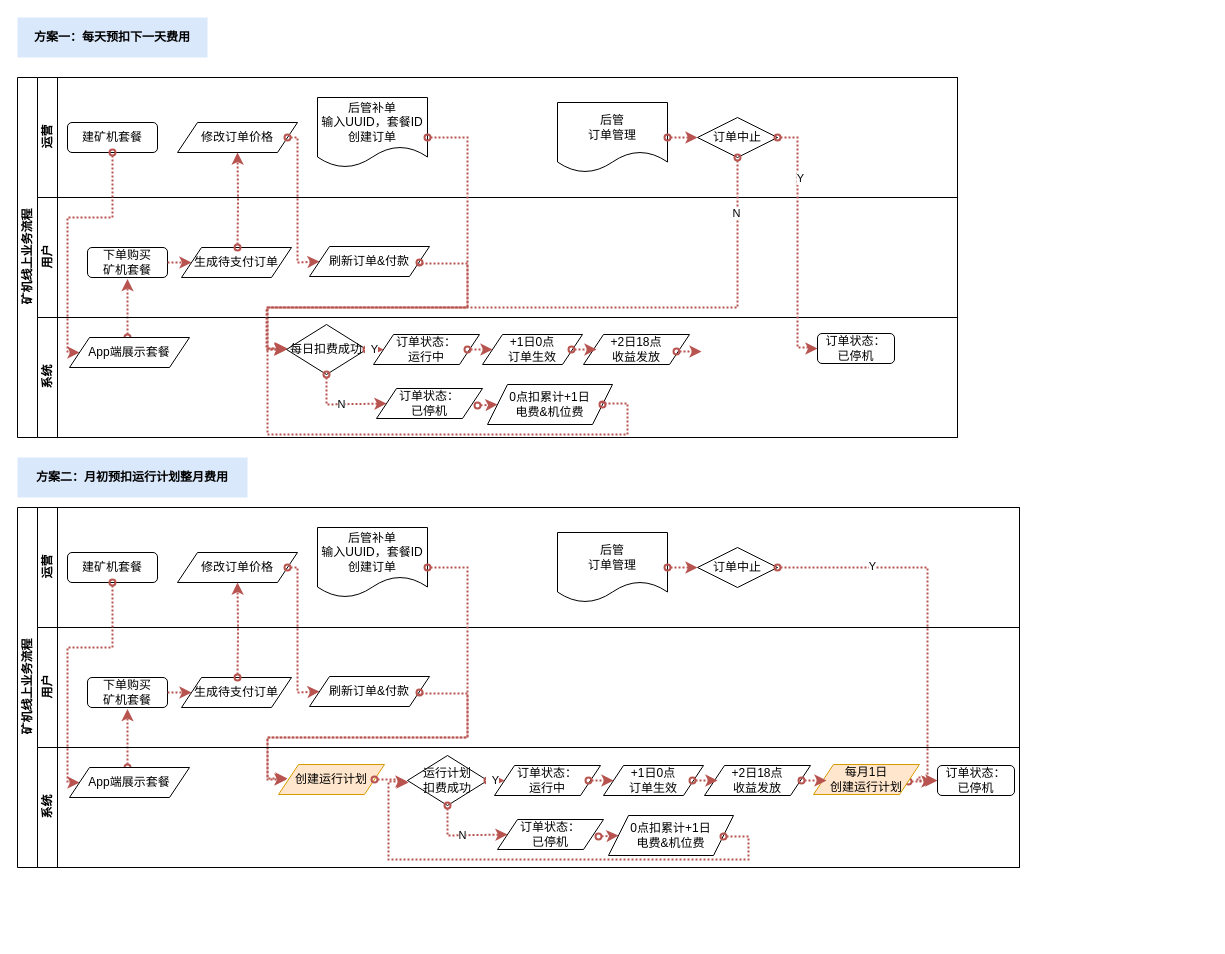
Earlier version of the draw.io diagram _config.yml/未命名绘图.drawio (neobud/jekyll_demo). Source tidied: cells renumbered, new cells numbered last; positions are measured from the earlier drawing's top-left corner, leaving out a move shared by most shapes. Both pictures are drawn from the tidied source at 100%, with x=0, y=0 at pixel (17, 17).
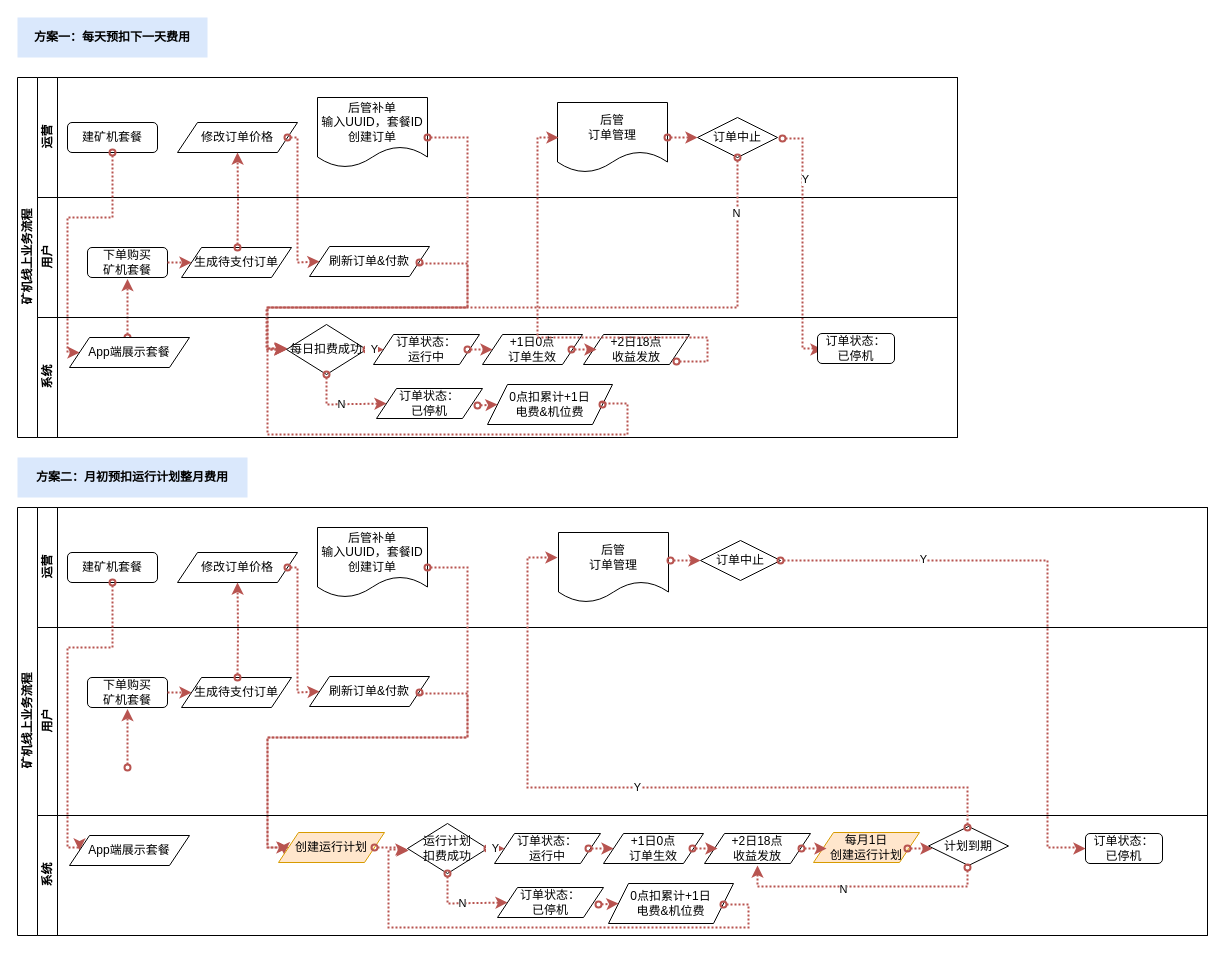
The same page after the edit.

Commit message:
矿机业务流程

Unchanged cells that the change refers to:
```xml
<mxCell id="2" value="矿机线上业务流程" style="swimlane;html=1;horizontal=0;startSize=20;" parent="1" vertex="1">
  <mxGeometry y="60" width="940" height="360" as="geometry" />
</mxCell>
<mxCell id="8" value="订单中止" style="rhombus;whiteSpace=wrap;html=1;" parent="3" vertex="1">
  <mxGeometry x="660" y="40" width="80" height="40" as="geometry" />
</mxCell>
<mxCell id="10" value="用户" style="swimlane;html=1;startSize=20;horizontal=0;" parent="2" vertex="1">
  <mxGeometry x="20" y="120" width="920" height="120" as="geometry" />
</mxCell>
<mxCell id="29" value="订单状态：&lt;br style=&quot;--tw-border-spacing-x: 0; --tw-border-spacing-y: 0; --tw-translate-x: 0; --tw-translate-y: 0; --tw-rotate: 0; --tw-skew-x: 0; --tw-skew-y: 0; --tw-scale-x: 1; --tw-scale-y: 1; --tw-pan-x: ; --tw-pan-y: ; --tw-pinch-zoom: ; --tw-scroll-snap-strictness: proximity; --tw-gradient-from-position: ; --tw-gradient-via-position: ; --tw-gradient-to-position: ; --tw-ordinal: ; --tw-slashed-zero: ; --tw-numeric-figure: ; --tw-numeric-spacing: ; --tw-numeric-fraction: ; --tw-ring-inset: ; --tw-ring-offset-width: 0px; --tw-ring-offset-color: #fff; --tw-ring-color: rgb(59 130 246 / .5); --tw-ring-offset-shadow: 0 0 #0000; --tw-ring-shadow: 0 0 #0000; --tw-shadow: 0 0 #0000; --tw-shadow-colored: 0 0 #0000; --tw-blur: ; --tw-brightness: ; --tw-contrast: ; --tw-grayscale: ; --tw-hue-rotate: ; --tw-invert: ; --tw-saturate: ; --tw-sepia: ; --tw-drop-shadow: ; --tw-backdrop-blur: ; --tw-backdrop-brightness: ; --tw-backdrop-contrast: ; --tw-backdrop-grayscale: ; --tw-backdrop-hue-rotate: ; --tw-backdrop-invert: ; --tw-backdrop-opacity: ; --tw-backdrop-saturate: ; --tw-backdrop-sepia: ; border-color: var(--border-color);&quot;&gt;已停机" style="rounded=1;whiteSpace=wrap;html=1;" parent="19" vertex="1">
  <mxGeometry x="780" y="16" width="77" height="30" as="geometry" />
</mxCell>
<mxCell id="44" value="建矿机套餐" style="rounded=1;whiteSpace=wrap;html=1;" parent="43" vertex="1">
  <mxGeometry x="30" y="45" width="90" height="30" as="geometry" />
</mxCell>
<mxCell id="45" value="修改订单价格" style="shape=parallelogram;perimeter=parallelogramPerimeter;whiteSpace=wrap;html=1;fixedSize=1;" parent="43" vertex="1">
  <mxGeometry x="140" y="45" width="120" height="30" as="geometry" />
</mxCell>
<mxCell id="60" value="App端展示套餐" style="shape=parallelogram;perimeter=parallelogramPerimeter;whiteSpace=wrap;html=1;fixedSize=1;" parent="59" vertex="1">
  <mxGeometry x="32" y="20" width="120" height="30" as="geometry" />
</mxCell>
<mxCell id="76" value="创建运行计划" style="shape=parallelogram;perimeter=parallelogramPerimeter;whiteSpace=wrap;html=1;fixedSize=1;fillColor=#ffe6cc;strokeColor=#d79b00;" parent="59" vertex="1">
  <mxGeometry x="241" y="17" width="106" height="30" as="geometry" />
</mxCell>
```

Diff of the diagram source:
```diff
@@
+    <mxCell id="34" style="edgeStyle=orthogonalEdgeStyle;rounded=0;orthogonalLoop=1;jettySize=auto;html=1;strokeWidth=2;fillColor=#f8cecc;strokeColor=#b85450;dashed=1;dashPattern=1 1;startArrow=oval;startFill=0;exitX=1;exitY=0.5;exitDx=0;exitDy=0;entryX=0;entryY=0.5;entryDx=0;entryDy=0;" parent="10" edge="1">
+      <mxGeometry relative="1" as="geometry">
+        <mxPoint x="745" y="-59" as="sourcePoint" />
+        <mxPoint x="785" y="152" as="targetPoint" />
+        <Array as="points">
+          <mxPoint x="765" y="-59" />
+          <mxPoint x="765" y="151" />
+          <mxPoint x="775" y="151" />
+          <mxPoint x="775" y="152" />
+        </Array>
+      </mxGeometry>
+    </mxCell>
+    <mxCell id="35" value="Y" style="edgeLabel;html=1;align=center;verticalAlign=middle;" parent="34" vertex="1">
+      <mxGeometry x="-0.52" y="2" relative="1" as="geometry" />
+    </mxCell>
@@
-    <mxCell id="34" style="edgeStyle=orthogonalEdgeStyle;rounded=0;jettySize=auto;html=1;strokeWidth=2;fillColor=#f8cecc;strokeColor=#b85450;dashed=1;dashPattern=1 1;startArrow=oval;startFill=0;exitX=1;exitY=0.5;exitDx=0;exitDy=0;entryX=0;entryY=0.5;entryDx=0;entryDy=0;" parent="2" edge="1" source="8" target="29">
-      <mxGeometry relative="1" as="geometry">
-        <Array as="points">
-          <mxPoint x="780" y="60" />
-          <mxPoint x="780" y="270" />
-          <mxPoint x="790" y="270" />
-          <mxPoint x="790" y="271" />
-        </Array>
-      </mxGeometry>
-    </mxCell>
-    <mxCell id="35" value="Y" style="edgeLabel;html=1;align=center;verticalAlign=middle;" parent="34" vertex="1">
-      <mxGeometry x="-0.52" y="2" relative="1" as="geometry" />
-    </mxCell>
@@
-    <mxCell id="39" style="edgeStyle=orthogonalEdgeStyle;rounded=0;orthogonalLoop=1;jettySize=auto;html=1;strokeWidth=2;fillColor=#f8cecc;strokeColor=#b85450;dashed=1;dashPattern=1 1;startArrow=oval;startFill=0;entryX=0;entryY=0.5;entryDx=0;entryDy=0;" parent="1" edge="1">
+    <mxCell id="39" style="edgeStyle=orthogonalEdgeStyle;rounded=0;orthogonalLoop=1;jettySize=auto;html=1;strokeWidth=2;fillColor=#f8cecc;strokeColor=#b85450;dashed=1;dashPattern=1 1;startArrow=oval;startFill=0;entryX=0.009;entryY=0.357;entryDx=0;entryDy=0;entryPerimeter=0;" parent="1" edge="1">
       <mxGeometry relative="1" as="geometry">
-        <mxPoint x="659" y="334" as="sourcePoint" />
-        <mxPoint x="684" y="334" as="targetPoint" />
+        <mxPoint x="659" y="344" as="sourcePoint" />
+        <mxPoint x="541" y="120" as="targetPoint" />
+        <Array as="points">
+          <mxPoint x="690" y="344" />
+          <mxPoint x="690" y="320" />
+          <mxPoint x="520" y="320" />
+          <mxPoint x="520" y="120" />
+        </Array>
       </mxGeometry>
     </mxCell>
@@
     <mxCell id="42" value="矿机线上业务流程" style="swimlane;html=1;horizontal=0;startSize=20;" parent="1" vertex="1">
-      <mxGeometry y="490" width="1002" height="360" as="geometry" />
+      <mxGeometry y="490" width="1190" height="428" as="geometry" />
     </mxCell>
     <mxCell id="43" value="运营" style="swimlane;html=1;startSize=20;horizontal=0;" parent="42" vertex="1">
-      <mxGeometry x="20" width="982" height="120" as="geometry" />
+      <mxGeometry x="20" width="1170" height="120" as="geometry" />
     </mxCell>
@@
     <mxCell id="48" value="订单中止" style="rhombus;whiteSpace=wrap;html=1;" parent="43" vertex="1">
-      <mxGeometry x="660" y="40" width="80" height="40" as="geometry" />
+      <mxGeometry x="663" y="33" width="80" height="40" as="geometry" />
     </mxCell>
     <mxCell id="49" value="后管&lt;br&gt;订单管理" style="shape=document;whiteSpace=wrap;html=1;boundedLbl=1;" parent="43" vertex="1">
-      <mxGeometry x="520" y="25" width="110" height="70" as="geometry" />
+      <mxGeometry x="521" y="25" width="110" height="70" as="geometry" />
     </mxCell>
+    <mxCell id="83" style="edgeStyle=orthogonalEdgeStyle;rounded=0;orthogonalLoop=1;jettySize=auto;html=1;strokeWidth=2;fillColor=#f8cecc;strokeColor=#b85450;dashed=1;dashPattern=1 1;entryX=0;entryY=0.5;entryDx=0;entryDy=0;startArrow=oval;startFill=0;" parent="43" edge="1">
+      <mxGeometry relative="1" as="geometry">
+        <mxPoint x="633" y="53" as="sourcePoint" />
+        <mxPoint x="663" y="53" as="targetPoint" />
+      </mxGeometry>
+    </mxCell>
     <mxCell id="50" value="用户" style="swimlane;html=1;startSize=20;horizontal=0;" parent="42" vertex="1">
-      <mxGeometry x="20" y="120" width="982" height="120" as="geometry" />
+      <mxGeometry x="20" y="120" width="1170" height="188" as="geometry" />
     </mxCell>
@@
-    <mxCell id="55" style="edgeStyle=orthogonalEdgeStyle;rounded=0;orthogonalLoop=1;jettySize=auto;html=1;strokeWidth=2;fillColor=#f8cecc;strokeColor=#b85450;dashed=1;dashPattern=1 1;startArrow=oval;startFill=0;entryX=0;entryY=0.5;entryDx=0;entryDy=0;" parent="42" edge="1">
+    <mxCell id="55" style="edgeStyle=orthogonalEdgeStyle;rounded=0;jettySize=auto;html=1;strokeWidth=2;fillColor=#f8cecc;strokeColor=#b85450;dashed=1;dashPattern=1 1;startArrow=oval;startFill=0;entryX=0;entryY=0.75;entryDx=0;entryDy=0;" parent="42" edge="1" target="76">
       <mxGeometry relative="1" as="geometry">
         <mxPoint x="410" y="60" as="sourcePoint" />
-        <mxPoint x="269" y="272" as="targetPoint" />
         <Array as="points">
           <mxPoint x="450" y="60" />
           <mxPoint x="450" y="230" />
           <mxPoint x="250" y="230" />
-          <mxPoint x="250" y="272" />
+          <mxPoint x="250" y="340" />
+          <mxPoint x="267" y="340" />
         </Array>
       </mxGeometry>
     </mxCell>
-    <mxCell id="56" style="edgeStyle=orthogonalEdgeStyle;rounded=0;orthogonalLoop=1;jettySize=auto;html=1;strokeWidth=2;fillColor=#f8cecc;strokeColor=#b85450;dashed=1;dashPattern=1 1;startArrow=oval;startFill=0;exitX=1;exitY=0.5;exitDx=0;exitDy=0;" parent="42" edge="1">
+    <mxCell id="56" style="edgeStyle=orthogonalEdgeStyle;rounded=0;jettySize=auto;html=1;strokeWidth=2;fillColor=#f8cecc;strokeColor=#b85450;dashed=1;dashPattern=1 1;startArrow=oval;startFill=0;exitX=1;exitY=0.5;exitDx=0;exitDy=0;entryX=0;entryY=0.5;entryDx=0;entryDy=0;" parent="42" edge="1" target="76">
       <mxGeometry relative="1" as="geometry">
         <mxPoint x="402" y="185" as="sourcePoint" />
-        <mxPoint x="270" y="271" as="targetPoint" />
         <Array as="points">
           <mxPoint x="402" y="186" />
           <mxPoint x="450" y="186" />
           <mxPoint x="450" y="230" />
           <mxPoint x="250" y="230" />
-          <mxPoint x="250" y="271" />
+          <mxPoint x="250" y="340" />
         </Array>
       </mxGeometry>
     </mxCell>
     <mxCell id="57" style="edgeStyle=orthogonalEdgeStyle;rounded=0;jettySize=auto;html=1;entryX=0;entryY=0.5;entryDx=0;entryDy=0;fillColor=#f8cecc;strokeColor=#b85450;strokeWidth=2;startArrow=oval;startFill=0;dashed=1;dashPattern=1 1;" parent="42" edge="1" source="44" target="60">
       <mxGeometry relative="1" as="geometry">
         <Array as="points">
           <mxPoint x="95" y="140" />
           <mxPoint x="50" y="140" />
-          <mxPoint x="50" y="275" />
+          <mxPoint x="50" y="340" />
+          <mxPoint x="62" y="340" />
         </Array>
       </mxGeometry>
     </mxCell>
@@
     <mxCell id="59" value="系统" style="swimlane;html=1;startSize=20;horizontal=0;" parent="42" vertex="1">
-      <mxGeometry x="20" y="240" width="982" height="120" as="geometry" />
+      <mxGeometry x="20" y="308" width="1170" height="120" as="geometry" />
     </mxCell>
@@
-    <mxCell id="69" value="订单状态：&lt;br style=&quot;--tw-border-spacing-x: 0; --tw-border-spacing-y: 0; --tw-translate-x: 0; --tw-translate-y: 0; --tw-rotate: 0; --tw-skew-x: 0; --tw-skew-y: 0; --tw-scale-x: 1; --tw-scale-y: 1; --tw-pan-x: ; --tw-pan-y: ; --tw-pinch-zoom: ; --tw-scroll-snap-strictness: proximity; --tw-gradient-from-position: ; --tw-gradient-via-position: ; --tw-gradient-to-position: ; --tw-ordinal: ; --tw-slashed-zero: ; --tw-numeric-figure: ; --tw-numeric-spacing: ; --tw-numeric-fraction: ; --tw-ring-inset: ; --tw-ring-offset-width: 0px; --tw-ring-offset-color: #fff; --tw-ring-color: rgb(59 130 246 / .5); --tw-ring-offset-shadow: 0 0 #0000; --tw-ring-shadow: 0 0 #0000; --tw-shadow: 0 0 #0000; --tw-shadow-colored: 0 0 #0000; --tw-blur: ; --tw-brightness: ; --tw-contrast: ; --tw-grayscale: ; --tw-hue-rotate: ; --tw-invert: ; --tw-saturate: ; --tw-sepia: ; --tw-drop-shadow: ; --tw-backdrop-blur: ; --tw-backdrop-brightness: ; --tw-backdrop-contrast: ; --tw-backdrop-grayscale: ; --tw-backdrop-hue-rotate: ; --tw-backdrop-invert: ; --tw-backdrop-opacity: ; --tw-backdrop-saturate: ; --tw-backdrop-sepia: ; border-color: var(--border-color);&quot;&gt;已停机" style="rounded=1;whiteSpace=wrap;html=1;" parent="59" vertex="1">
-      <mxGeometry x="900" y="18" width="77" height="30" as="geometry" />
-    </mxCell>
@@
-    <mxCell id="74" style="edgeStyle=orthogonalEdgeStyle;rounded=0;orthogonalLoop=1;jettySize=auto;html=1;strokeWidth=2;fillColor=#f8cecc;strokeColor=#b85450;dashed=1;dashPattern=1 1;startArrow=oval;startFill=0;entryX=0;entryY=0.5;entryDx=0;entryDy=0;" parent="59" edge="1">
-      <mxGeometry relative="1" as="geometry">
-        <mxPoint x="871" y="34" as="sourcePoint" />
-        <mxPoint x="896" y="34" as="targetPoint" />
-      </mxGeometry>
-    </mxCell>
@@
+    <mxCell id="86" value="计划到期" style="rhombus;whiteSpace=wrap;html=1;" parent="59" vertex="1">
+      <mxGeometry x="891" y="11" width="80" height="39" as="geometry" />
+    </mxCell>
+    <mxCell id="87" value="Y" style="edgeStyle=orthogonalEdgeStyle;rounded=0;jettySize=auto;html=1;strokeWidth=2;fillColor=#f8cecc;strokeColor=#b85450;dashed=1;dashPattern=1 1;startArrow=oval;startFill=0;exitX=0.488;exitY=0.026;exitDx=0;exitDy=0;entryX=-0.009;entryY=0.371;entryDx=0;entryDy=0;exitPerimeter=0;entryPerimeter=0;" parent="42" edge="1" source="86" target="49">
+      <mxGeometry relative="1" as="geometry">
+        <Array as="points">
+          <mxPoint x="950" y="280" />
+          <mxPoint x="510" y="280" />
+          <mxPoint x="510" y="50" />
+          <mxPoint x="540" y="50" />
+          <mxPoint x="540" y="51" />
+        </Array>
+      </mxGeometry>
+    </mxCell>
+    <mxCell id="82" style="edgeStyle=orthogonalEdgeStyle;rounded=0;jettySize=auto;html=1;strokeWidth=2;fillColor=#f8cecc;strokeColor=#b85450;dashed=1;dashPattern=1 1;entryX=0.5;entryY=1;entryDx=0;entryDy=0;startArrow=oval;startFill=0;" parent="1" edge="1" target="45">
+      <mxGeometry relative="1" as="geometry">
+        <mxPoint x="220" y="660" as="sourcePoint" />
+      </mxGeometry>
+    </mxCell>
+    <mxCell id="84" value="方案一：每天预扣下一天费用" style="rounded=0;whiteSpace=wrap;html=1;strokeColor=none;fillColor=#dae8fc;fontStyle=1;" parent="1" vertex="1">
+      <mxGeometry width="190" height="40" as="geometry" />
+    </mxCell>
+    <mxCell id="85" value="方案二：月初预扣运行计划整月费用" style="rounded=0;whiteSpace=wrap;html=1;strokeColor=none;fillColor=#dae8fc;fontStyle=1;" parent="1" vertex="1">
+      <mxGeometry y="440" width="230" height="40" as="geometry" />
+    </mxCell>
+    <mxCell id="69" value="订单状态：&lt;br style=&quot;--tw-border-spacing-x: 0; --tw-border-spacing-y: 0; --tw-translate-x: 0; --tw-translate-y: 0; --tw-rotate: 0; --tw-skew-x: 0; --tw-skew-y: 0; --tw-scale-x: 1; --tw-scale-y: 1; --tw-pan-x: ; --tw-pan-y: ; --tw-pinch-zoom: ; --tw-scroll-snap-strictness: proximity; --tw-gradient-from-position: ; --tw-gradient-via-position: ; --tw-gradient-to-position: ; --tw-ordinal: ; --tw-slashed-zero: ; --tw-numeric-figure: ; --tw-numeric-spacing: ; --tw-numeric-fraction: ; --tw-ring-inset: ; --tw-ring-offset-width: 0px; --tw-ring-offset-color: #fff; --tw-ring-color: rgb(59 130 246 / .5); --tw-ring-offset-shadow: 0 0 #0000; --tw-ring-shadow: 0 0 #0000; --tw-shadow: 0 0 #0000; --tw-shadow-colored: 0 0 #0000; --tw-blur: ; --tw-brightness: ; --tw-contrast: ; --tw-grayscale: ; --tw-hue-rotate: ; --tw-invert: ; --tw-saturate: ; --tw-sepia: ; --tw-drop-shadow: ; --tw-backdrop-blur: ; --tw-backdrop-brightness: ; --tw-backdrop-contrast: ; --tw-backdrop-grayscale: ; --tw-backdrop-hue-rotate: ; --tw-backdrop-invert: ; --tw-backdrop-opacity: ; --tw-backdrop-saturate: ; --tw-backdrop-sepia: ; border-color: var(--border-color);&quot;&gt;已停机" style="rounded=1;whiteSpace=wrap;html=1;" parent="1" vertex="1">
+      <mxGeometry x="1068" y="816" width="77" height="30" as="geometry" />
+    </mxCell>
-    <mxCell id="80" style="edgeStyle=orthogonalEdgeStyle;rounded=0;jettySize=auto;html=1;strokeWidth=2;fillColor=#f8cecc;strokeColor=#b85450;dashed=1;dashPattern=1 1;startArrow=oval;startFill=0;exitX=1;exitY=0.5;exitDx=0;exitDy=0;entryX=0;entryY=0.5;entryDx=0;entryDy=0;" parent="42" edge="1" source="48" target="69">
+    <mxCell id="80" style="edgeStyle=orthogonalEdgeStyle;rounded=0;jettySize=auto;html=1;strokeWidth=2;fillColor=#f8cecc;strokeColor=#b85450;dashed=1;dashPattern=1 1;startArrow=oval;startFill=0;exitX=1;exitY=0.5;exitDx=0;exitDy=0;entryX=0;entryY=0.5;entryDx=0;entryDy=0;" parent="1" edge="1" source="48" target="69">
       <mxGeometry relative="1" as="geometry">
         <Array as="points">
-          <mxPoint x="910" y="60" />
-          <mxPoint x="910" y="270" />
-          <mxPoint x="900" y="270" />
-          <mxPoint x="900" y="273" />
+          <mxPoint x="1030" y="543" />
+          <mxPoint x="1030" y="830" />
+          <mxPoint x="1060" y="830" />
         </Array>
       </mxGeometry>
     </mxCell>
@@
-    <mxCell id="82" style="edgeStyle=orthogonalEdgeStyle;rounded=0;jettySize=auto;html=1;strokeWidth=2;fillColor=#f8cecc;strokeColor=#b85450;dashed=1;dashPattern=1 1;entryX=0.5;entryY=1;entryDx=0;entryDy=0;startArrow=oval;startFill=0;" parent="1" edge="1" target="45">
-      <mxGeometry relative="1" as="geometry">
-        <mxPoint x="220" y="660" as="sourcePoint" />
-      </mxGeometry>
-    </mxCell>
-    <mxCell id="83" style="edgeStyle=orthogonalEdgeStyle;rounded=0;jettySize=auto;html=1;strokeWidth=2;fillColor=#f8cecc;strokeColor=#b85450;dashed=1;dashPattern=1 1;entryX=0;entryY=0.5;entryDx=0;entryDy=0;startArrow=oval;startFill=0;" parent="1" edge="1" target="48">
-      <mxGeometry relative="1" as="geometry">
-        <mxPoint x="650" y="550" as="sourcePoint" />
-      </mxGeometry>
-    </mxCell>
-    <mxCell id="84" value="方案一：每天预扣下一天费用" style="rounded=0;whiteSpace=wrap;html=1;strokeColor=none;fillColor=#dae8fc;fontStyle=1;" parent="1" vertex="1">
-      <mxGeometry width="190" height="40" as="geometry" />
-    </mxCell>
-    <mxCell id="85" value="方案二：月初预扣运行计划整月费用" style="rounded=0;whiteSpace=wrap;html=1;strokeColor=none;fillColor=#dae8fc;fontStyle=1;" parent="1" vertex="1">
-      <mxGeometry y="440" width="230" height="40" as="geometry" />
-    </mxCell>
+    <mxCell id="88" style="edgeStyle=orthogonalEdgeStyle;rounded=0;orthogonalLoop=1;jettySize=auto;html=1;strokeWidth=2;fillColor=#f8cecc;strokeColor=#b85450;dashed=1;dashPattern=1 1;startArrow=oval;startFill=0;" parent="1" edge="1">
+      <mxGeometry relative="1" as="geometry">
+        <mxPoint x="950" y="850" as="sourcePoint" />
+        <mxPoint x="740" y="848" as="targetPoint" />
+        <Array as="points">
+          <mxPoint x="950" y="869" />
+          <mxPoint x="740" y="869" />
+        </Array>
+      </mxGeometry>
+    </mxCell>
+    <mxCell id="89" value="N" style="edgeLabel;html=1;align=center;verticalAlign=middle;" parent="88" vertex="1">
+      <mxGeometry x="0.15" y="2" relative="1" as="geometry" />
+    </mxCell>
+    <mxCell id="90" style="edgeStyle=orthogonalEdgeStyle;rounded=0;orthogonalLoop=1;jettySize=auto;html=1;strokeWidth=2;fillColor=#f8cecc;strokeColor=#b85450;dashed=1;dashPattern=1 1;startArrow=oval;startFill=0;entryX=0;entryY=0.5;entryDx=0;entryDy=0;" parent="1" edge="1">
+      <mxGeometry relative="1" as="geometry">
+        <mxPoint x="890" y="831" as="sourcePoint" />
+        <mxPoint x="915" y="831" as="targetPoint" />
+      </mxGeometry>
+    </mxCell>
```
